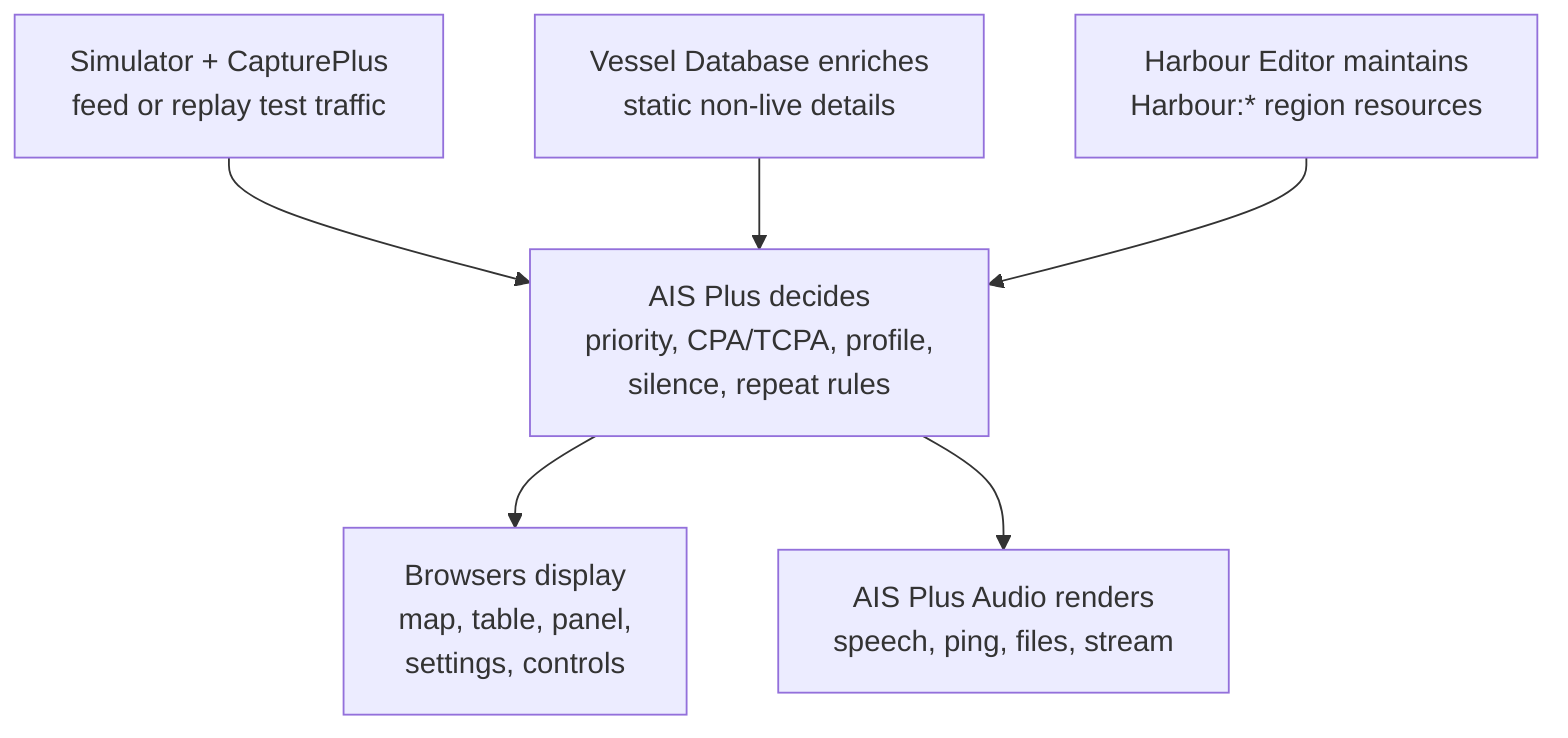
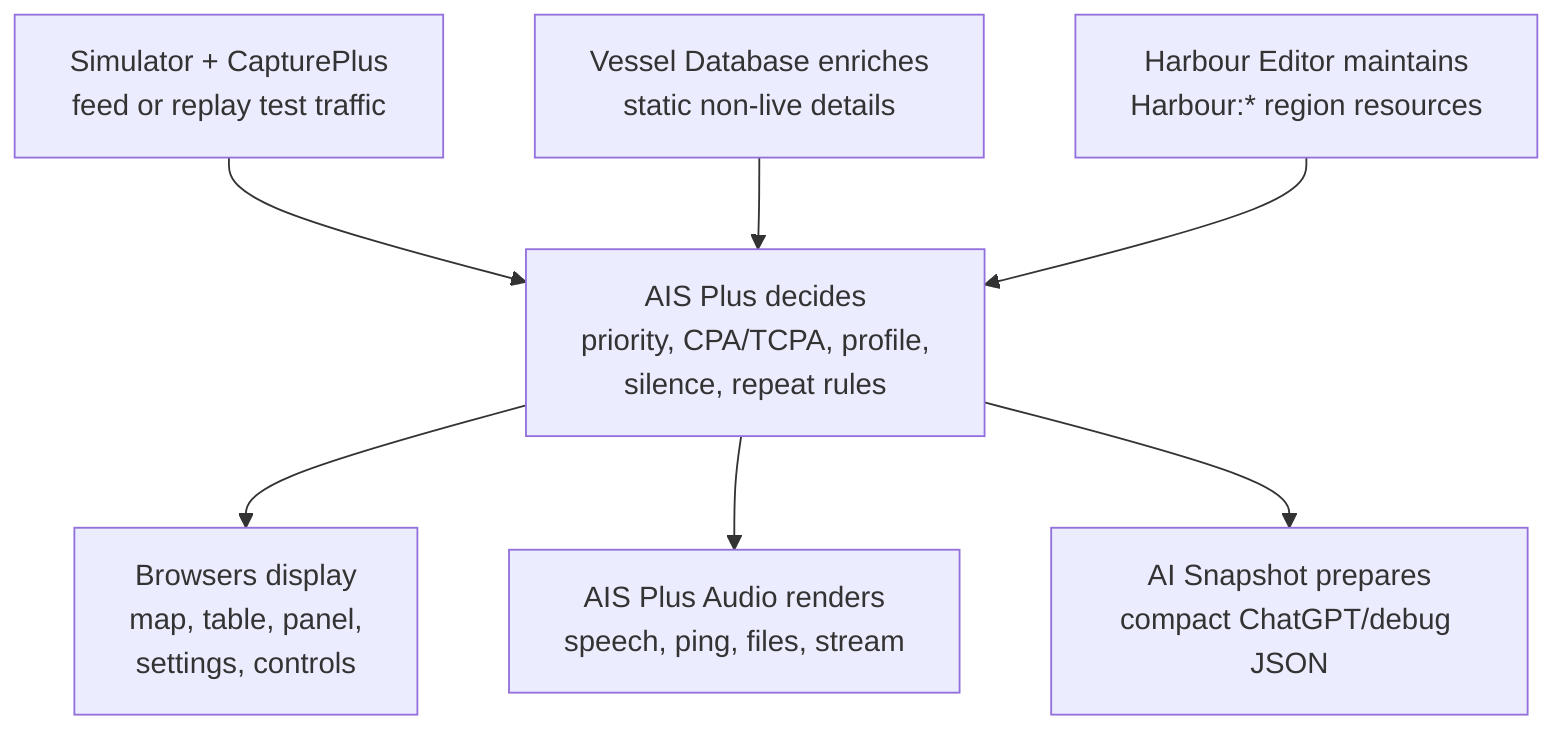
flowchart TB
  decision["AIS Plus decides\npriority, CPA/TCPA, profile,\nsilence, repeat rules"]
  display["Browsers display\nmap, table, panel,\nsettings, controls"]
  audio["AIS Plus Audio renders\nspeech, ping, files, stream"]
  data["Vessel Database enriches\nstatic non-live details"]
  harbour["Harbour Editor maintains\nHarbour:* region resources"]
+   snapshot["AI Snapshot prepares\ncompact ChatGPT/debug JSON"]
  testing["Simulator + CapturePlus\nfeed or replay test traffic"]

  testing --> decision
  data --> decision
  harbour --> decision
  decision --> display
  decision --> audio
+   decision --> snapshot
